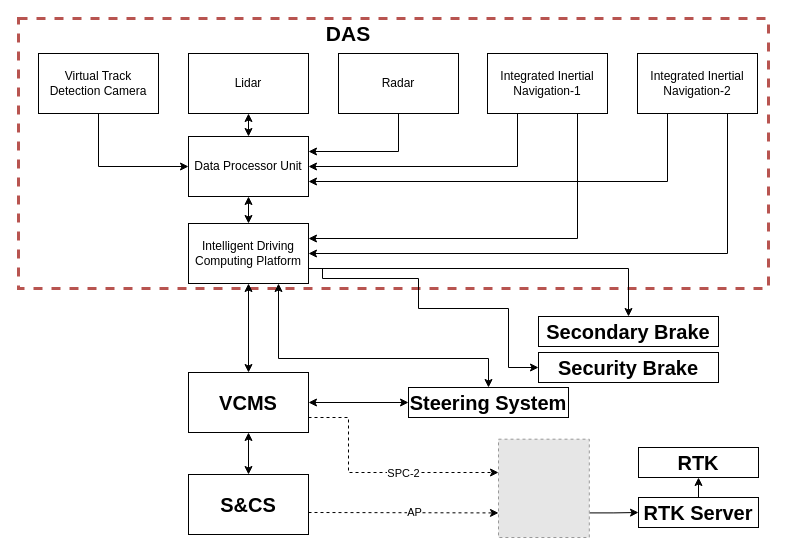
This is Untitled Diagram.drawio from FrankWong-cs/SharingwithColleagues, a draw.io file, before an edit. Source tidied: cells renumbered, new cells numbered last; positions are measured from the earlier drawing's top-left corner, leaving out a move shared by most shapes. Both pictures are drawn from the tidied source at 100%, with x=0, y=0 at pixel (18, 18). Pictures stored in the file or linked from it are replaced by grey dashed boxes.
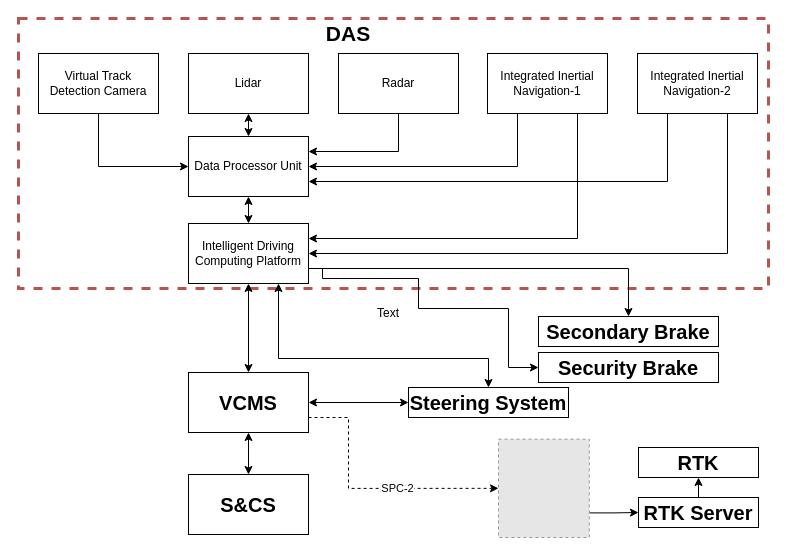
The same diagram, later.

Unchanged cells that the change refers to:
```xml
<mxCell id="25" value="VCMS" style="rounded=0;whiteSpace=wrap;html=1;fontSize=20;fontStyle=1;" parent="1" vertex="1">
  <mxGeometry x="170" y="354" width="120" height="60" as="geometry" />
</mxCell>
<mxCell id="33" style="fillColor=#E6E6E6;strokeColor=#999999;dashed=1;verticalLabelPosition=bottom;labelBackgroundColor=default;verticalAlign=top;" parent="1" vertex="1">
  <mxGeometry x="480" y="420.7" width="90.8" height="98.3" as="geometry" />
</mxCell>
```

What changed in the source:
```diff
@@
-    <mxCell id="23" style="edgeStyle=orthogonalEdgeStyle;rounded=0;jettySize=auto;html=1;exitX=1;exitY=0.75;exitDx=0;exitDy=0;dashed=1;" parent="1" edge="1" source="25" target="33">
+    <mxCell id="23" style="edgeStyle=orthogonalEdgeStyle;rounded=0;jettySize=auto;html=1;exitX=1;exitY=0.75;exitDx=0;exitDy=0;dashed=1;entryX=0;entryY=0.5;entryDx=0;entryDy=0;" parent="1" edge="1" source="25" target="33">
       <mxGeometry relative="1" as="geometry">
         <Array as="points">
           <mxPoint x="330" y="399" />
-          <mxPoint x="330" y="454" />
+          <mxPoint x="330" y="470" />
         </Array>
       </mxGeometry>
     </mxCell>
@@
-    <mxCell id="30" style="endArrow=classic;html=1;rounded=0;dashed=1;entryX=0;entryY=0.75;entryDx=0;entryDy=0;" parent="1" edge="1" target="33">
-      <mxGeometry relative="1" as="geometry">
-        <mxPoint x="290" y="494" as="sourcePoint" />
-      </mxGeometry>
-    </mxCell>
-    <mxCell id="31" value="AP" style="edgeLabel;html=1;align=center;verticalAlign=middle;" parent="30" vertex="1">
-      <mxGeometry x="0.1" y="1" relative="1" as="geometry" />
-    </mxCell>
@@
+    <mxCell id="39" value="Text" style="text;strokeColor=none;align=center;fillColor=none;html=1;verticalAlign=middle;whiteSpace=wrap;rounded=0;" parent="1" vertex="1">
+      <mxGeometry x="340" y="280" width="60" height="30" as="geometry" />
+    </mxCell>
```
